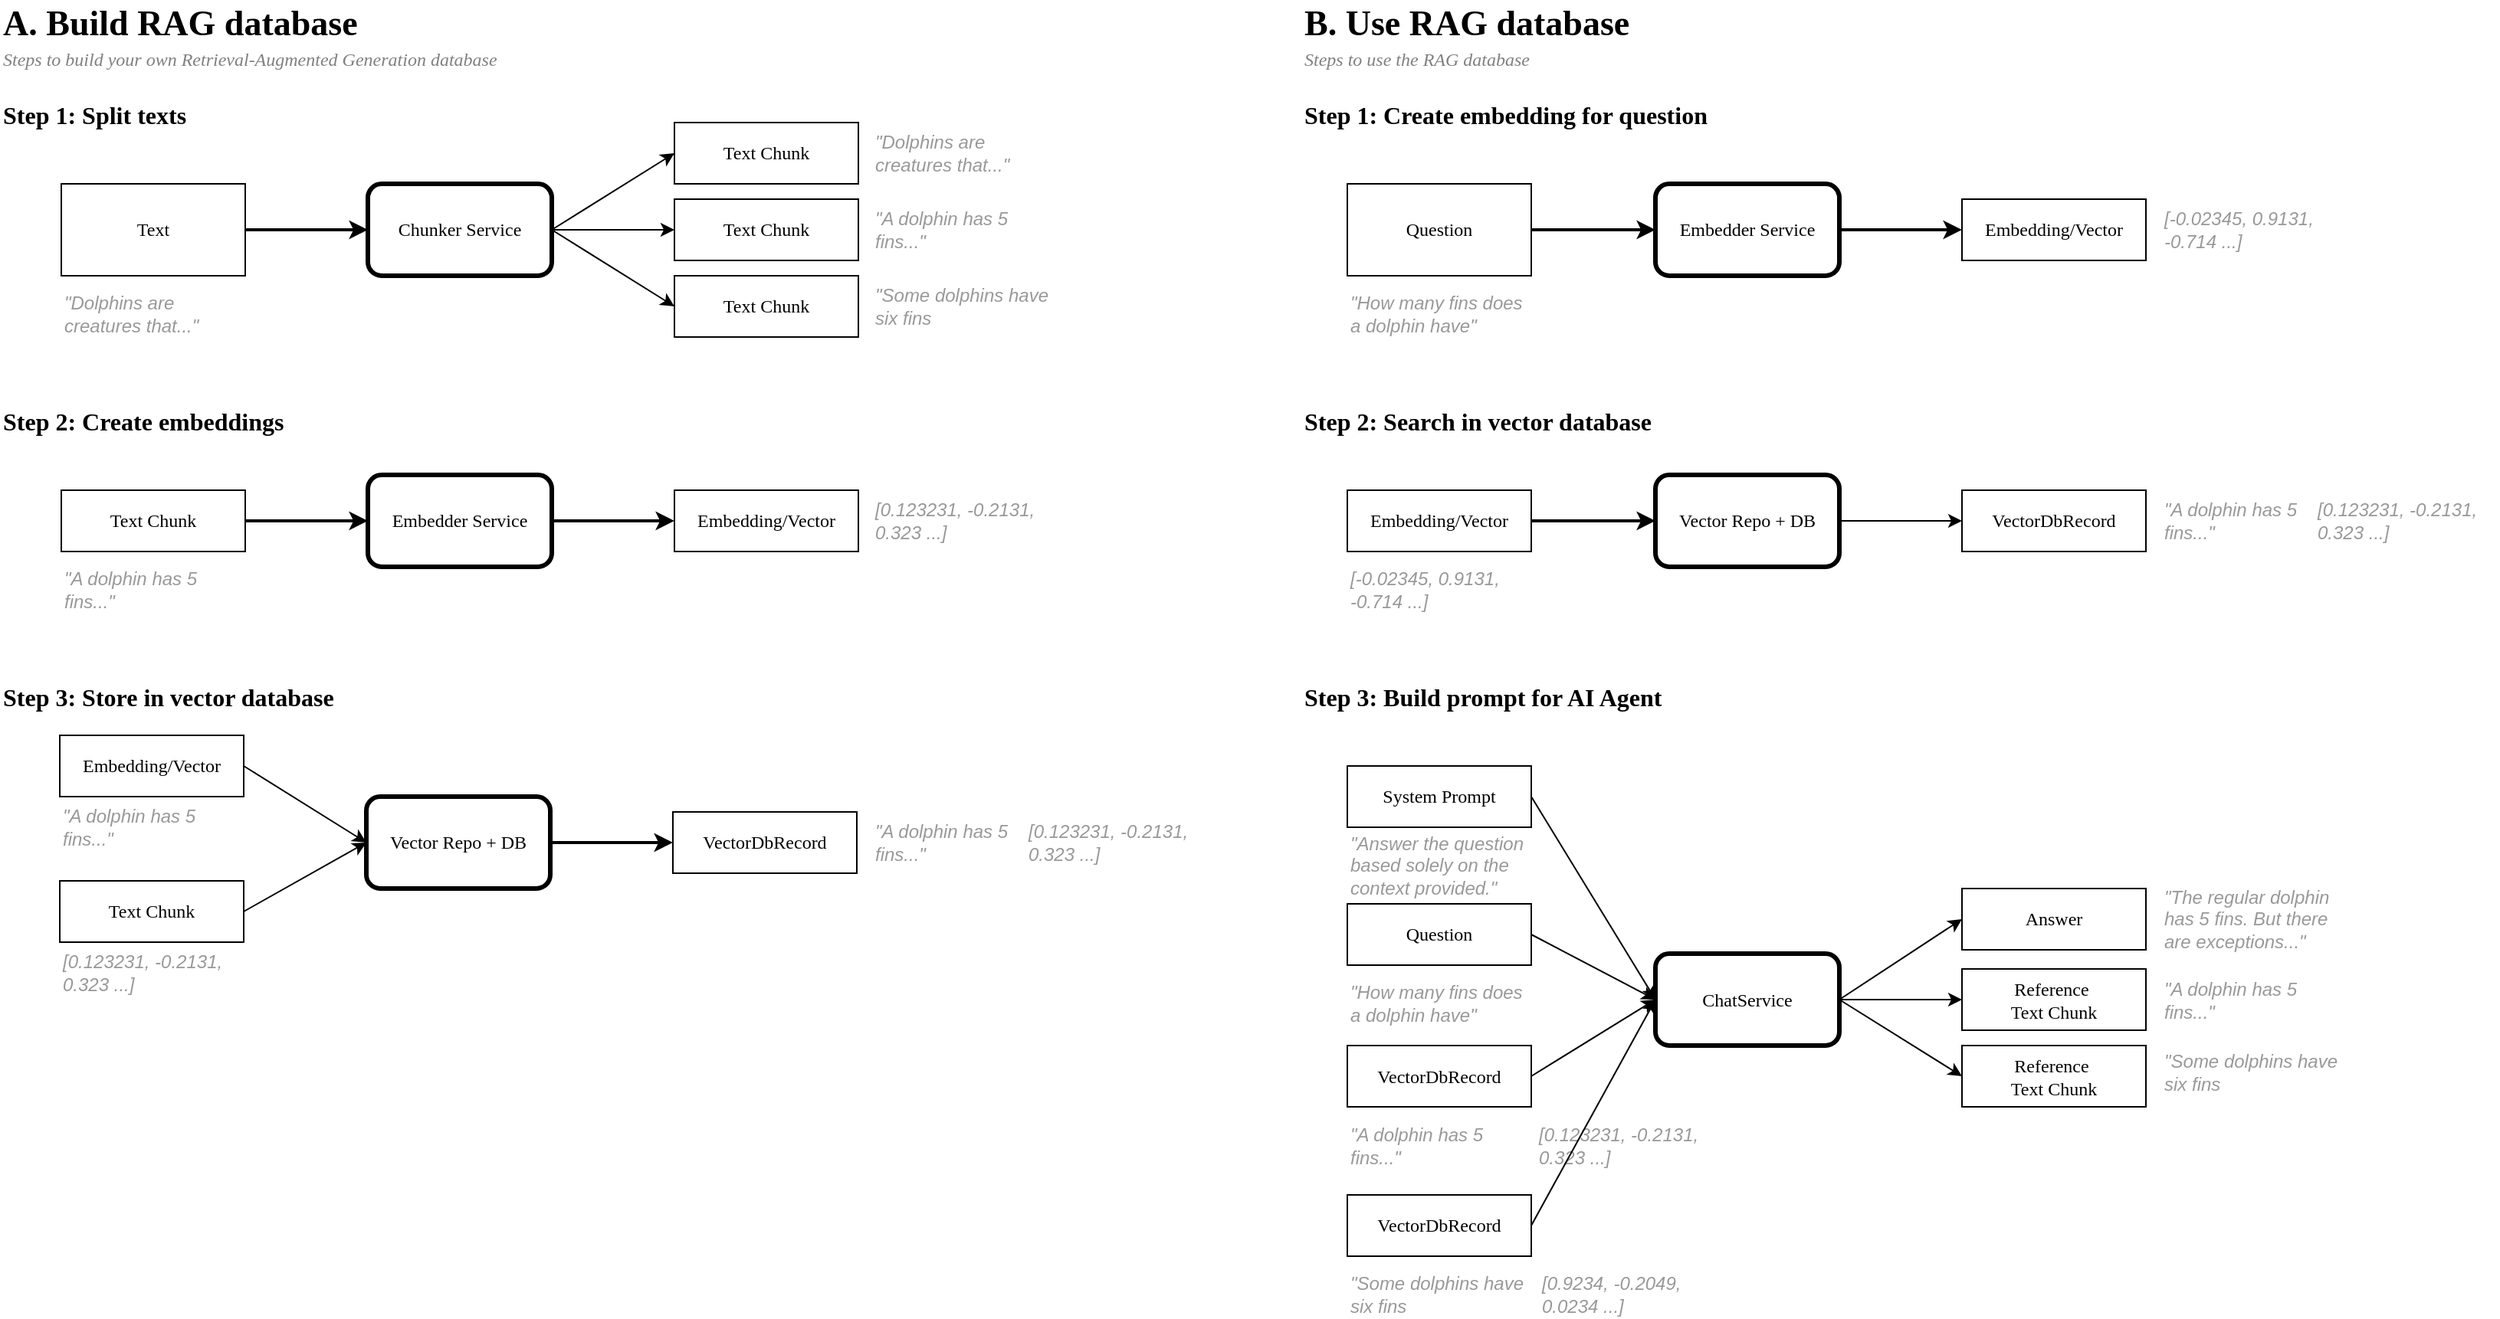
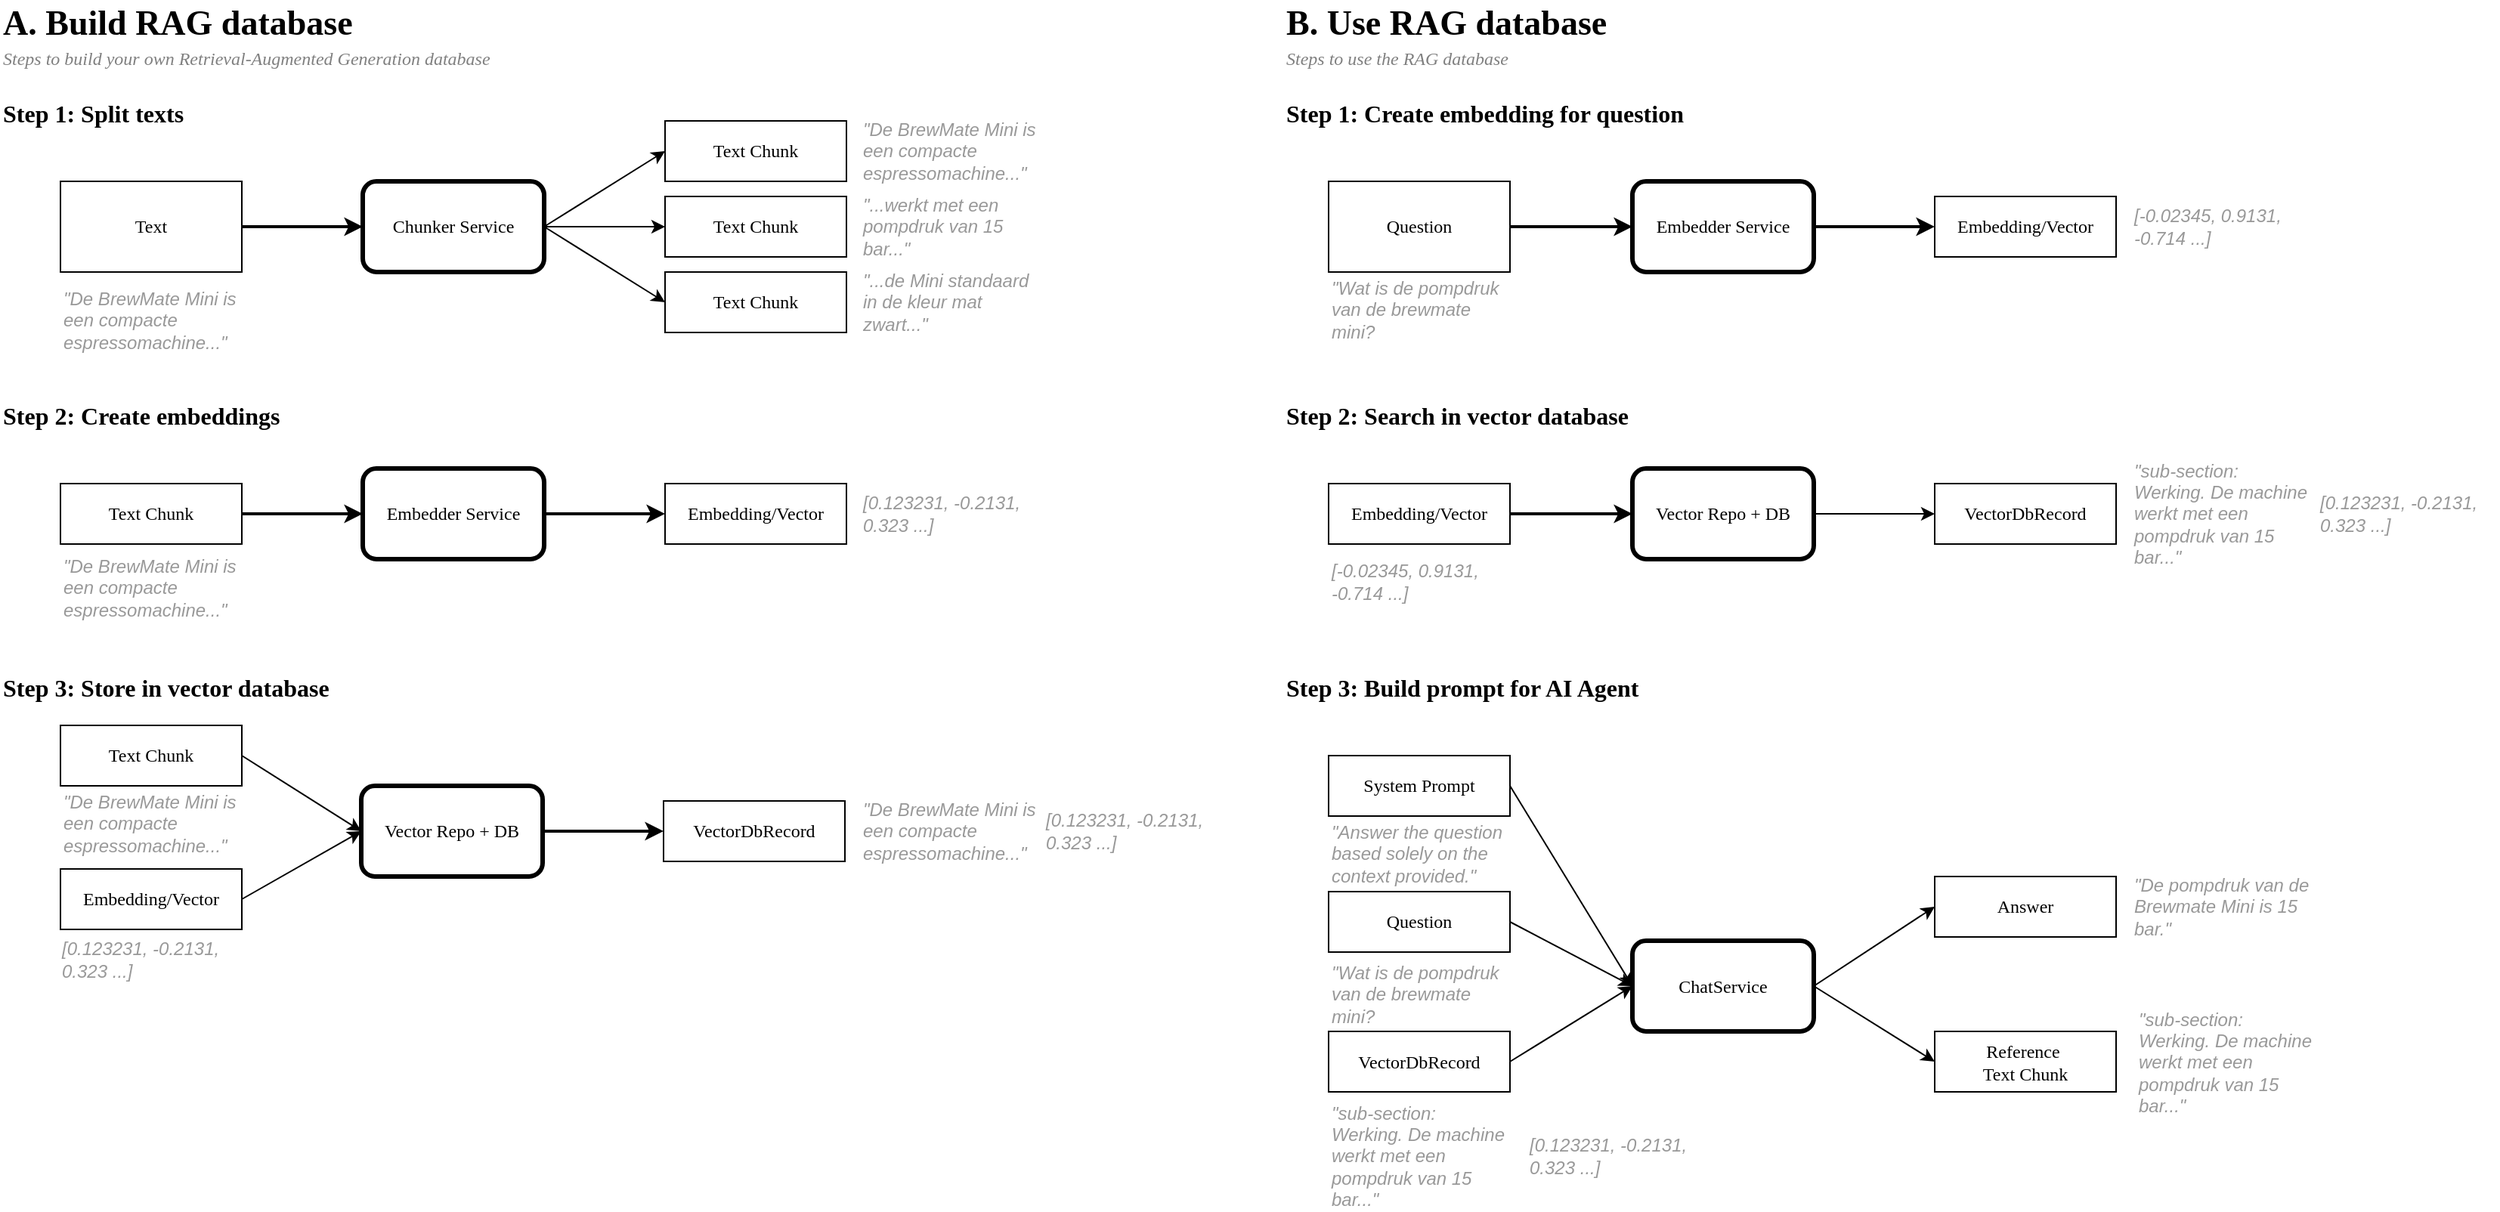
<mxfile host="diagrams.snoei.net">
  <diagram name="Page-1" id="4mj-pS9RJXuA0tOmvycz">
    <mxGraphModel dx="2249" dy="1360" grid="1" gridSize="10" guides="1" tooltips="1" connect="1" arrows="1" fold="1" page="1" pageScale="1" pageWidth="850" pageHeight="1100" math="0" shadow="0">
      <root>
        <mxCell id="0" />
        <mxCell id="1" parent="0" />
        <mxCell id="7DT0KkpRVoJPMbxKsg8d-6" edge="1" parent="1" source="7DT0KkpRVoJPMbxKsg8d-1" style="edgeStyle=orthogonalEdgeStyle;rounded=0;orthogonalLoop=1;jettySize=auto;html=1;exitX=1;exitY=0.5;exitDx=0;exitDy=0;entryX=0;entryY=0.5;entryDx=0;entryDy=0;strokeWidth=2;fontFamily=Tahoma;" target="7DT0KkpRVoJPMbxKsg8d-2">
          <mxGeometry relative="1" as="geometry">
            <mxPoint x="200" y="240" as="targetPoint" />
          </mxGeometry>
        </mxCell>
        <mxCell id="7DT0KkpRVoJPMbxKsg8d-1" parent="1" style="rounded=0;whiteSpace=wrap;html=1;fontFamily=Tahoma;" value="Text" vertex="1">
          <mxGeometry height="60" width="120" x="80" y="160" as="geometry" />
        </mxCell>
        <mxCell id="7DT0KkpRVoJPMbxKsg8d-8" edge="1" parent="1" source="7DT0KkpRVoJPMbxKsg8d-2" style="rounded=0;orthogonalLoop=1;jettySize=auto;html=1;exitX=1;exitY=0.5;exitDx=0;exitDy=0;entryX=0;entryY=0.5;entryDx=0;entryDy=0;fontFamily=Tahoma;" target="7DT0KkpRVoJPMbxKsg8d-3">
          <mxGeometry relative="1" as="geometry" />
        </mxCell>
        <mxCell id="7DT0KkpRVoJPMbxKsg8d-9" edge="1" parent="1" source="7DT0KkpRVoJPMbxKsg8d-2" style="rounded=0;orthogonalLoop=1;jettySize=auto;html=1;exitX=1;exitY=0.5;exitDx=0;exitDy=0;entryX=0;entryY=0.5;entryDx=0;entryDy=0;fontFamily=Tahoma;" target="7DT0KkpRVoJPMbxKsg8d-5">
          <mxGeometry relative="1" as="geometry" />
        </mxCell>
        <mxCell id="7DT0KkpRVoJPMbxKsg8d-10" edge="1" parent="1" source="7DT0KkpRVoJPMbxKsg8d-2" style="edgeStyle=orthogonalEdgeStyle;rounded=0;orthogonalLoop=1;jettySize=auto;html=1;exitX=1;exitY=0.5;exitDx=0;exitDy=0;entryX=0;entryY=0.5;entryDx=0;entryDy=0;fontFamily=Tahoma;" target="7DT0KkpRVoJPMbxKsg8d-4">
          <mxGeometry relative="1" as="geometry" />
        </mxCell>
        <mxCell id="7DT0KkpRVoJPMbxKsg8d-2" parent="1" style="rounded=1;whiteSpace=wrap;html=1;strokeWidth=3;fontFamily=Tahoma;" value="Chunker Service" vertex="1">
          <mxGeometry height="60" width="120" x="280" y="160" as="geometry" />
        </mxCell>
        <mxCell id="7DT0KkpRVoJPMbxKsg8d-3" parent="1" style="rounded=0;whiteSpace=wrap;html=1;fontFamily=Tahoma;" value="Text Chunk" vertex="1">
          <mxGeometry height="40" width="120" x="480" y="120" as="geometry" />
        </mxCell>
        <mxCell id="7DT0KkpRVoJPMbxKsg8d-4" parent="1" style="rounded=0;whiteSpace=wrap;html=1;fontFamily=Tahoma;" value="Text Chunk" vertex="1">
          <mxGeometry height="40" width="120" x="480" y="170" as="geometry" />
        </mxCell>
        <mxCell id="7DT0KkpRVoJPMbxKsg8d-5" parent="1" style="rounded=0;whiteSpace=wrap;html=1;fontFamily=Tahoma;" value="Text Chunk" vertex="1">
          <mxGeometry height="40" width="120" x="480" y="220" as="geometry" />
        </mxCell>
        <mxCell id="7DT0KkpRVoJPMbxKsg8d-13" edge="1" parent="1" source="7DT0KkpRVoJPMbxKsg8d-11" style="edgeStyle=none;rounded=0;orthogonalLoop=1;jettySize=auto;html=1;exitX=1;exitY=0.5;exitDx=0;exitDy=0;entryX=0;entryY=0.5;entryDx=0;entryDy=0;strokeWidth=2;fontFamily=Tahoma;" target="7DT0KkpRVoJPMbxKsg8d-12">
          <mxGeometry relative="1" as="geometry" />
        </mxCell>
        <mxCell id="7DT0KkpRVoJPMbxKsg8d-11" parent="1" style="rounded=0;whiteSpace=wrap;html=1;fontFamily=Tahoma;" value="Text Chunk" vertex="1">
          <mxGeometry height="40" width="120" x="80" y="360" as="geometry" />
        </mxCell>
        <mxCell id="7DT0KkpRVoJPMbxKsg8d-15" edge="1" parent="1" source="7DT0KkpRVoJPMbxKsg8d-12" style="edgeStyle=none;rounded=0;orthogonalLoop=1;jettySize=auto;html=1;exitX=1;exitY=0.5;exitDx=0;exitDy=0;entryX=0;entryY=0.5;entryDx=0;entryDy=0;strokeWidth=2;fontFamily=Tahoma;" target="7DT0KkpRVoJPMbxKsg8d-14">
          <mxGeometry relative="1" as="geometry" />
        </mxCell>
        <mxCell id="7DT0KkpRVoJPMbxKsg8d-12" parent="1" style="rounded=1;whiteSpace=wrap;html=1;strokeWidth=3;fontFamily=Tahoma;" value="Embedder Service" vertex="1">
          <mxGeometry height="60" width="120" x="280" y="350" as="geometry" />
        </mxCell>
        <mxCell id="7DT0KkpRVoJPMbxKsg8d-14" parent="1" style="rounded=0;whiteSpace=wrap;html=1;fontFamily=Tahoma;" value="Embedding/Vector" vertex="1">
          <mxGeometry height="40" width="120" x="480" y="360" as="geometry" />
        </mxCell>
        <mxCell id="7DT0KkpRVoJPMbxKsg8d-22" edge="1" parent="1" source="7DT0KkpRVoJPMbxKsg8d-16" style="edgeStyle=none;rounded=0;orthogonalLoop=1;jettySize=auto;html=1;exitX=1;exitY=0.5;exitDx=0;exitDy=0;entryX=0;entryY=0.5;entryDx=0;entryDy=0;strokeWidth=2;fontFamily=Tahoma;" target="7DT0KkpRVoJPMbxKsg8d-21">
          <mxGeometry relative="1" as="geometry" />
        </mxCell>
        <mxCell id="7DT0KkpRVoJPMbxKsg8d-16" parent="1" style="rounded=1;whiteSpace=wrap;html=1;strokeWidth=3;fontFamily=Tahoma;" value="Vector Repo + DB" vertex="1">
          <mxGeometry height="60" width="120" x="279" y="560" as="geometry" />
        </mxCell>
        <mxCell id="7DT0KkpRVoJPMbxKsg8d-20" edge="1" parent="1" source="7DT0KkpRVoJPMbxKsg8d-17" style="edgeStyle=none;rounded=0;orthogonalLoop=1;jettySize=auto;html=1;exitX=1;exitY=0.5;exitDx=0;exitDy=0;fontFamily=Tahoma;entryX=0;entryY=0.5;entryDx=0;entryDy=0;" target="7DT0KkpRVoJPMbxKsg8d-16">
          <mxGeometry relative="1" as="geometry">
            <mxPoint x="279" y="560" as="targetPoint" />
          </mxGeometry>
        </mxCell>
        <mxCell id="7DT0KkpRVoJPMbxKsg8d-17" parent="1" style="rounded=0;whiteSpace=wrap;html=1;fontFamily=Tahoma;" value="Text Chunk" vertex="1">
-           <mxGeometry height="40" width="120" x="79" y="615" as="geometry" />
+           <mxGeometry height="40" width="120" x="80" y="520" as="geometry" />
        </mxCell>
        <mxCell id="7DT0KkpRVoJPMbxKsg8d-19" edge="1" parent="1" source="7DT0KkpRVoJPMbxKsg8d-18" style="edgeStyle=none;rounded=0;orthogonalLoop=1;jettySize=auto;html=1;exitX=1;exitY=0.5;exitDx=0;exitDy=0;entryX=0;entryY=0.5;entryDx=0;entryDy=0;fontFamily=Tahoma;" target="7DT0KkpRVoJPMbxKsg8d-16">
          <mxGeometry relative="1" as="geometry" />
        </mxCell>
        <mxCell id="7DT0KkpRVoJPMbxKsg8d-18" parent="1" style="rounded=0;whiteSpace=wrap;html=1;fontFamily=Tahoma;" value="Embedding/Vector" vertex="1">
-           <mxGeometry height="40" width="120" x="79" y="520" as="geometry" />
+           <mxGeometry height="40" width="120" x="80" y="615" as="geometry" />
        </mxCell>
        <mxCell id="7DT0KkpRVoJPMbxKsg8d-21" parent="1" style="rounded=0;whiteSpace=wrap;html=1;fontFamily=Tahoma;" value="VectorDbRecord" vertex="1">
          <mxGeometry height="40" width="120" x="479" y="570" as="geometry" />
        </mxCell>
        <mxCell id="7DT0KkpRVoJPMbxKsg8d-23" parent="1" style="text;html=1;whiteSpace=wrap;strokeColor=none;fillColor=none;align=left;verticalAlign=middle;rounded=0;fontFamily=Tahoma;fontSize=23;fontStyle=1" value="A. Build RAG database" vertex="1">
          <mxGeometry height="30" width="300" x="40" y="40" as="geometry" />
        </mxCell>
        <mxCell id="7DT0KkpRVoJPMbxKsg8d-25" parent="1" style="text;html=1;whiteSpace=wrap;strokeColor=none;fillColor=none;align=left;verticalAlign=middle;rounded=0;fontFamily=Tahoma;fontSize=23;fontStyle=3;fontColor=#808080;" value="&lt;font style=&quot;font-size: 12px; font-weight: normal;&quot;&gt;Steps to build your own&amp;nbsp;Retrieval-Augmented Generation database&lt;/font&gt;" vertex="1">
          <mxGeometry height="20" width="740" x="40" y="65" as="geometry" />
        </mxCell>
        <mxCell id="7DT0KkpRVoJPMbxKsg8d-26" parent="1" style="text;html=1;whiteSpace=wrap;strokeColor=none;fillColor=none;align=left;verticalAlign=middle;rounded=0;fontFamily=Tahoma;fontSize=16;fontStyle=1" value="Step 1: Split texts" vertex="1">
          <mxGeometry height="30" width="300" x="40" y="100" as="geometry" />
        </mxCell>
        <mxCell id="7DT0KkpRVoJPMbxKsg8d-27" parent="1" style="text;html=1;whiteSpace=wrap;strokeColor=none;fillColor=none;align=left;verticalAlign=middle;rounded=0;fontFamily=Tahoma;fontSize=16;fontStyle=1" value="Step 2: Create embeddings" vertex="1">
          <mxGeometry height="30" width="300" x="40" y="300" as="geometry" />
        </mxCell>
        <mxCell id="7DT0KkpRVoJPMbxKsg8d-28" parent="1" style="text;html=1;whiteSpace=wrap;strokeColor=none;fillColor=none;align=left;verticalAlign=middle;rounded=0;fontFamily=Tahoma;fontSize=16;fontStyle=1" value="Step 3: Store in vector database" vertex="1">
          <mxGeometry height="30" width="300" x="40" y="480" as="geometry" />
        </mxCell>
        <mxCell id="7DT0KkpRVoJPMbxKsg8d-30" parent="1" style="text;html=1;whiteSpace=wrap;strokeColor=none;fillColor=none;align=left;verticalAlign=middle;rounded=0;fontFamily=Tahoma;fontSize=23;fontStyle=1" value="B. Use RAG database" vertex="1">
          <mxGeometry height="30" width="300" x="889" y="40" as="geometry" />
        </mxCell>
        <mxCell id="7DT0KkpRVoJPMbxKsg8d-31" parent="1" style="text;html=1;whiteSpace=wrap;strokeColor=none;fillColor=none;align=left;verticalAlign=middle;rounded=0;fontFamily=Tahoma;fontSize=23;fontStyle=3;fontColor=#808080;" value="&lt;font style=&quot;font-size: 12px; font-weight: normal;&quot;&gt;Steps to use the RAG database&lt;/font&gt;" vertex="1">
          <mxGeometry height="20" width="740" x="889" y="65" as="geometry" />
        </mxCell>
        <mxCell id="7DT0KkpRVoJPMbxKsg8d-36" edge="1" parent="1" source="7DT0KkpRVoJPMbxKsg8d-32" style="edgeStyle=none;rounded=0;orthogonalLoop=1;jettySize=auto;html=1;exitX=1;exitY=0.5;exitDx=0;exitDy=0;entryX=0;entryY=0.5;entryDx=0;entryDy=0;strokeWidth=2;" target="7DT0KkpRVoJPMbxKsg8d-33">
          <mxGeometry relative="1" as="geometry" />
        </mxCell>
        <mxCell id="7DT0KkpRVoJPMbxKsg8d-32" parent="1" style="rounded=0;whiteSpace=wrap;html=1;fontFamily=Tahoma;" value="Question" vertex="1">
          <mxGeometry height="60" width="120" x="919" y="160" as="geometry" />
        </mxCell>
        <mxCell id="7DT0KkpRVoJPMbxKsg8d-33" parent="1" style="rounded=1;whiteSpace=wrap;html=1;strokeWidth=3;fontFamily=Tahoma;" value="Embedder Service" vertex="1">
          <mxGeometry height="60" width="120" x="1120" y="160" as="geometry" />
        </mxCell>
        <mxCell id="7DT0KkpRVoJPMbxKsg8d-34" edge="1" parent="1" style="edgeStyle=none;rounded=0;orthogonalLoop=1;jettySize=auto;html=1;exitX=1;exitY=0.5;exitDx=0;exitDy=0;entryX=0;entryY=0.5;entryDx=0;entryDy=0;strokeWidth=2;fontFamily=Tahoma;" target="7DT0KkpRVoJPMbxKsg8d-35">
          <mxGeometry relative="1" as="geometry">
            <mxPoint x="1240" y="190" as="sourcePoint" />
          </mxGeometry>
        </mxCell>
        <mxCell id="7DT0KkpRVoJPMbxKsg8d-35" parent="1" style="rounded=0;whiteSpace=wrap;html=1;fontFamily=Tahoma;" value="Embedding/Vector" vertex="1">
          <mxGeometry height="40" width="120" x="1320" y="170" as="geometry" />
        </mxCell>
        <mxCell id="7DT0KkpRVoJPMbxKsg8d-37" parent="1" style="text;html=1;whiteSpace=wrap;strokeColor=none;fillColor=none;align=left;verticalAlign=middle;rounded=0;fontFamily=Tahoma;fontSize=16;fontStyle=1" value="Step 1: Create embedding for question" vertex="1">
          <mxGeometry height="30" width="370" x="889" y="100" as="geometry" />
        </mxCell>
        <mxCell id="7DT0KkpRVoJPMbxKsg8d-44" edge="1" parent="1" source="7DT0KkpRVoJPMbxKsg8d-38" style="edgeStyle=none;rounded=0;orthogonalLoop=1;jettySize=auto;html=1;exitX=1;exitY=0.5;exitDx=0;exitDy=0;entryX=0;entryY=0.5;entryDx=0;entryDy=0;strokeWidth=2;" target="7DT0KkpRVoJPMbxKsg8d-40">
          <mxGeometry relative="1" as="geometry" />
        </mxCell>
        <mxCell id="7DT0KkpRVoJPMbxKsg8d-38" parent="1" style="rounded=0;whiteSpace=wrap;html=1;fontFamily=Tahoma;" value="Embedding/Vector" vertex="1">
          <mxGeometry height="40" width="120" x="919" y="360" as="geometry" />
        </mxCell>
        <mxCell id="7DT0KkpRVoJPMbxKsg8d-39" parent="1" style="text;html=1;whiteSpace=wrap;strokeColor=none;fillColor=none;align=left;verticalAlign=middle;rounded=0;fontFamily=Tahoma;fontSize=16;fontStyle=1" value="Step 2: Search in vector database" vertex="1">
          <mxGeometry height="30" width="370" x="889" y="300" as="geometry" />
        </mxCell>
        <mxCell id="7DT0KkpRVoJPMbxKsg8d-45" edge="1" parent="1" source="7DT0KkpRVoJPMbxKsg8d-40" style="edgeStyle=none;rounded=0;orthogonalLoop=1;jettySize=auto;html=1;exitX=1;exitY=0.5;exitDx=0;exitDy=0;entryX=0;entryY=0.5;entryDx=0;entryDy=0;" target="7DT0KkpRVoJPMbxKsg8d-41">
          <mxGeometry relative="1" as="geometry" />
        </mxCell>
        <mxCell id="7DT0KkpRVoJPMbxKsg8d-40" parent="1" style="rounded=1;whiteSpace=wrap;html=1;strokeWidth=3;fontFamily=Tahoma;" value="Vector Repo + DB" vertex="1">
          <mxGeometry height="60" width="120" x="1120" y="350" as="geometry" />
        </mxCell>
        <mxCell id="7DT0KkpRVoJPMbxKsg8d-41" parent="1" style="rounded=0;whiteSpace=wrap;html=1;fontFamily=Tahoma;" value="VectorDbRecord" vertex="1">
          <mxGeometry height="40" width="120" x="1320" y="360" as="geometry" />
        </mxCell>
        <mxCell id="7DT0KkpRVoJPMbxKsg8d-48" parent="1" style="text;html=1;whiteSpace=wrap;strokeColor=none;fillColor=none;align=left;verticalAlign=middle;rounded=0;fontFamily=Tahoma;fontSize=16;fontStyle=1" value="Step 3: Build prompt for AI Agent" vertex="1">
          <mxGeometry height="30" width="370" x="889" y="480" as="geometry" />
        </mxCell>
        <mxCell id="7DT0KkpRVoJPMbxKsg8d-59" edge="1" parent="1" source="7DT0KkpRVoJPMbxKsg8d-49" style="edgeStyle=none;rounded=0;orthogonalLoop=1;jettySize=auto;html=1;exitX=1;exitY=0.5;exitDx=0;exitDy=0;entryX=0;entryY=0.5;entryDx=0;entryDy=0;" target="7DT0KkpRVoJPMbxKsg8d-54">
          <mxGeometry relative="1" as="geometry">
            <mxPoint x="1120" y="650" as="targetPoint" />
          </mxGeometry>
        </mxCell>
        <mxCell id="7DT0KkpRVoJPMbxKsg8d-49" parent="1" style="rounded=0;whiteSpace=wrap;html=1;fontFamily=Tahoma;" value="VectorDbRecord" vertex="1">
          <mxGeometry height="40" width="120" x="919" y="722.5" as="geometry" />
        </mxCell>
        <mxCell id="7DT0KkpRVoJPMbxKsg8d-58" edge="1" parent="1" source="7DT0KkpRVoJPMbxKsg8d-52" style="edgeStyle=none;rounded=0;orthogonalLoop=1;jettySize=auto;html=1;exitX=1;exitY=0.5;exitDx=0;exitDy=0;entryX=0;entryY=0.5;entryDx=0;entryDy=0;" target="7DT0KkpRVoJPMbxKsg8d-54">
          <mxGeometry relative="1" as="geometry">
            <mxPoint x="1120" y="650" as="targetPoint" />
          </mxGeometry>
        </mxCell>
        <mxCell id="7DT0KkpRVoJPMbxKsg8d-52" parent="1" style="rounded=0;whiteSpace=wrap;html=1;fontFamily=Tahoma;" value="Question" vertex="1">
          <mxGeometry height="40" width="120" x="919" y="630" as="geometry" />
        </mxCell>
        <mxCell id="7DT0KkpRVoJPMbxKsg8d-56" edge="1" parent="1" source="7DT0KkpRVoJPMbxKsg8d-53" style="edgeStyle=none;rounded=0;orthogonalLoop=1;jettySize=auto;html=1;exitX=1;exitY=0.5;exitDx=0;exitDy=0;entryX=0;entryY=0.5;entryDx=0;entryDy=0;" target="7DT0KkpRVoJPMbxKsg8d-54">
          <mxGeometry relative="1" as="geometry" />
        </mxCell>
        <mxCell id="7DT0KkpRVoJPMbxKsg8d-53" parent="1" style="rounded=0;whiteSpace=wrap;html=1;fontFamily=Tahoma;" value="System Prompt" vertex="1">
          <mxGeometry height="40" width="120" x="919" y="540" as="geometry" />
        </mxCell>
        <mxCell id="7DT0KkpRVoJPMbxKsg8d-64" edge="1" parent="1" source="7DT0KkpRVoJPMbxKsg8d-54" style="edgeStyle=none;rounded=0;orthogonalLoop=1;jettySize=auto;html=1;exitX=1;exitY=0.5;exitDx=0;exitDy=0;entryX=0;entryY=0.5;entryDx=0;entryDy=0;" target="7DT0KkpRVoJPMbxKsg8d-55">
          <mxGeometry relative="1" as="geometry" />
        </mxCell>
        <mxCell id="7DT0KkpRVoJPMbxKsg8d-65" edge="1" parent="1" source="7DT0KkpRVoJPMbxKsg8d-54" style="edgeStyle=none;rounded=0;orthogonalLoop=1;jettySize=auto;html=1;entryX=0;entryY=0.5;entryDx=0;entryDy=0;exitX=1;exitY=0.5;exitDx=0;exitDy=0;" target="7DT0KkpRVoJPMbxKsg8d-61">
          <mxGeometry relative="1" as="geometry">
            <mxPoint x="1240" y="702.5" as="sourcePoint" />
          </mxGeometry>
        </mxCell>
-         <mxCell id="7DT0KkpRVoJPMbxKsg8d-97" edge="1" parent="1" source="7DT0KkpRVoJPMbxKsg8d-54" style="edgeStyle=none;rounded=0;orthogonalLoop=1;jettySize=auto;html=1;exitX=1;exitY=0.5;exitDx=0;exitDy=0;entryX=0;entryY=0.5;entryDx=0;entryDy=0;" target="7DT0KkpRVoJPMbxKsg8d-95">
-           <mxGeometry relative="1" as="geometry" />
-         </mxCell>
        <mxCell id="7DT0KkpRVoJPMbxKsg8d-54" parent="1" style="rounded=1;whiteSpace=wrap;html=1;strokeWidth=3;fontFamily=Tahoma;" value="ChatService" vertex="1">
          <mxGeometry height="60" width="120" x="1120" y="662.5" as="geometry" />
        </mxCell>
        <mxCell id="7DT0KkpRVoJPMbxKsg8d-55" parent="1" style="rounded=0;whiteSpace=wrap;html=1;fontFamily=Tahoma;" value="Answer" vertex="1">
          <mxGeometry height="40" width="120" x="1320" y="620" as="geometry" />
        </mxCell>
        <mxCell id="7DT0KkpRVoJPMbxKsg8d-61" parent="1" style="rounded=0;whiteSpace=wrap;html=1;fontFamily=Tahoma;" value="Reference&amp;nbsp;&lt;div&gt;Text Chunk&lt;/div&gt;" vertex="1">
-           <mxGeometry height="40" width="120" x="1320" y="672.5" as="geometry" />
-         </mxCell>
-         <mxCell id="7DT0KkpRVoJPMbxKsg8d-68" parent="1" style="text;html=1;whiteSpace=wrap;strokeColor=none;fillColor=none;align=left;verticalAlign=middle;rounded=0;fontColor=#999999;" value="&lt;i&gt;&quot;Dolphins are creatures that...&quot;&lt;/i&gt;" vertex="1">
-           <mxGeometry height="30" width="120" x="80" y="230" as="geometry" />
-         </mxCell>
-         <mxCell id="7DT0KkpRVoJPMbxKsg8d-69" parent="1" style="text;html=1;whiteSpace=wrap;strokeColor=none;fillColor=none;align=left;verticalAlign=middle;rounded=0;fontColor=#999999;" value="&lt;i&gt;&quot;A dolphin has 5 fins...&quot;&lt;/i&gt;" vertex="1">
+           <mxGeometry height="40" width="120" x="1320" y="722.5" as="geometry" />
+         </mxCell>
+         <mxCell id="7DT0KkpRVoJPMbxKsg8d-68" parent="1" style="text;html=1;whiteSpace=wrap;strokeColor=none;fillColor=none;align=left;verticalAlign=middle;rounded=0;fontColor=#999999;" value="&lt;i&gt;&quot;De BrewMate Mini is een compacte espressomachine...&quot;&lt;/i&gt;" vertex="1">
+           <mxGeometry height="30" width="120" x="80" y="237" as="geometry" />
+         </mxCell>
+         <mxCell id="7DT0KkpRVoJPMbxKsg8d-69" parent="1" style="text;html=1;whiteSpace=wrap;strokeColor=none;fillColor=none;align=left;verticalAlign=middle;rounded=0;fontColor=#999999;" value="&lt;i&gt;&quot;...werkt met een pompdruk van 15 bar...&quot;&lt;/i&gt;" vertex="1">
          <mxGeometry height="30" width="120" x="609" y="175" as="geometry" />
        </mxCell>
-         <mxCell id="7DT0KkpRVoJPMbxKsg8d-71" parent="1" style="text;html=1;whiteSpace=wrap;strokeColor=none;fillColor=none;align=left;verticalAlign=middle;rounded=0;fontColor=#999999;" value="&lt;i&gt;&quot;Some dolphins have six fins&lt;/i&gt;" vertex="1">
+         <mxCell id="7DT0KkpRVoJPMbxKsg8d-71" parent="1" style="text;html=1;whiteSpace=wrap;strokeColor=none;fillColor=none;align=left;verticalAlign=middle;rounded=0;fontColor=#999999;" value="&lt;i&gt;&quot;...de Mini standaard in de kleur mat zwart...&quot;&lt;/i&gt;" vertex="1">
          <mxGeometry height="30" width="120" x="609" y="225" as="geometry" />
-         </mxCell>
-         <mxCell id="7DT0KkpRVoJPMbxKsg8d-72" parent="1" style="text;html=1;whiteSpace=wrap;strokeColor=none;fillColor=none;align=left;verticalAlign=middle;rounded=0;fontColor=#999999;" value="&lt;i&gt;&quot;A dolphin has 5 fins...&quot;&lt;/i&gt;" vertex="1">
-           <mxGeometry height="30" width="120" x="80" y="410" as="geometry" />
        </mxCell>
        <mxCell id="7DT0KkpRVoJPMbxKsg8d-73" parent="1" style="text;html=1;whiteSpace=wrap;strokeColor=none;fillColor=none;align=left;verticalAlign=middle;rounded=0;fontColor=#999999;" value="&lt;i&gt;[0.123231, -0.2131, 0.323 ...]&lt;/i&gt;" vertex="1">
          <mxGeometry height="30" width="120" x="609" y="365" as="geometry" />
        </mxCell>
        <mxCell id="7DT0KkpRVoJPMbxKsg8d-74" parent="1" style="text;html=1;whiteSpace=wrap;strokeColor=none;fillColor=none;align=left;verticalAlign=middle;rounded=0;fontColor=#999999;" value="&lt;i&gt;[0.123231, -0.2131, 0.323 ...]&lt;/i&gt;" vertex="1">
          <mxGeometry height="30" width="120" x="79" y="660" as="geometry" />
        </mxCell>
-         <mxCell id="7DT0KkpRVoJPMbxKsg8d-75" parent="1" style="text;html=1;whiteSpace=wrap;strokeColor=none;fillColor=none;align=left;verticalAlign=middle;rounded=0;fontColor=#999999;" value="&lt;i&gt;&quot;A dolphin has 5 fins...&quot;&lt;/i&gt;" vertex="1">
-           <mxGeometry height="30" width="120" x="79" y="565" as="geometry" />
-         </mxCell>
-         <mxCell id="7DT0KkpRVoJPMbxKsg8d-76" parent="1" style="text;html=1;whiteSpace=wrap;strokeColor=none;fillColor=none;align=left;verticalAlign=middle;rounded=0;fontColor=#999999;" value="&lt;i&gt;&quot;How many fins does a dolphin have&quot;&lt;/i&gt;" vertex="1">
+         <mxCell id="7DT0KkpRVoJPMbxKsg8d-76" parent="1" style="text;html=1;whiteSpace=wrap;strokeColor=none;fillColor=none;align=left;verticalAlign=middle;rounded=0;fontColor=#999999;" value="&lt;i&gt;&quot;Wat is de pompdruk van de brewmate mini?&lt;/i&gt;" vertex="1">
          <mxGeometry height="30" width="120" x="919" y="230" as="geometry" />
        </mxCell>
        <mxCell id="7DT0KkpRVoJPMbxKsg8d-77" parent="1" style="text;html=1;whiteSpace=wrap;strokeColor=none;fillColor=none;align=left;verticalAlign=middle;rounded=0;fontColor=#999999;" value="&lt;i&gt;[-0.02345, 0.9131, -0.714 ...]&lt;/i&gt;" vertex="1">
          <mxGeometry height="30" width="120" x="1450" y="175" as="geometry" />
        </mxCell>
        <mxCell id="7DT0KkpRVoJPMbxKsg8d-78" parent="1" style="text;html=1;whiteSpace=wrap;strokeColor=none;fillColor=none;align=left;verticalAlign=middle;rounded=0;fontColor=#999999;" value="&lt;i&gt;[-0.02345, 0.9131, -0.714 ...]&lt;/i&gt;" vertex="1">
          <mxGeometry height="30" width="120" x="919" y="410" as="geometry" />
        </mxCell>
-         <mxCell id="7DT0KkpRVoJPMbxKsg8d-79" parent="1" style="text;html=1;whiteSpace=wrap;strokeColor=none;fillColor=none;align=left;verticalAlign=middle;rounded=0;fontColor=#999999;" value="&lt;i&gt;&quot;A dolphin has 5 fins...&quot;&lt;/i&gt;" vertex="1">
+         <mxCell id="7DT0KkpRVoJPMbxKsg8d-79" parent="1" style="text;html=1;whiteSpace=wrap;strokeColor=none;fillColor=none;align=left;verticalAlign=middle;rounded=0;fontColor=#999999;" value="&lt;i&gt;&quot;sub-section: Werking. De machine werkt met een pompdruk van 15 bar...&quot;&lt;/i&gt;" vertex="1">
          <mxGeometry height="30" width="120" x="1450" y="365" as="geometry" />
        </mxCell>
        <mxCell id="7DT0KkpRVoJPMbxKsg8d-80" parent="1" style="text;html=1;whiteSpace=wrap;strokeColor=none;fillColor=none;align=left;verticalAlign=middle;rounded=0;fontColor=#999999;" value="&lt;i&gt;[0.123231, -0.2131, 0.323 ...]&lt;/i&gt;" vertex="1">
-           <mxGeometry height="30" width="120" x="1550" y="365" as="geometry" />
-         </mxCell>
-         <mxCell id="7DT0KkpRVoJPMbxKsg8d-82" parent="1" style="text;html=1;whiteSpace=wrap;strokeColor=none;fillColor=none;align=left;verticalAlign=middle;rounded=0;fontColor=#999999;" value="&lt;i&gt;&quot;A dolphin has 5 fins...&quot;&lt;/i&gt;" vertex="1">
-           <mxGeometry height="30" width="120" x="609" y="575" as="geometry" />
+           <mxGeometry height="30" width="120" x="1573" y="365" as="geometry" />
        </mxCell>
        <mxCell id="7DT0KkpRVoJPMbxKsg8d-83" parent="1" style="text;html=1;whiteSpace=wrap;strokeColor=none;fillColor=none;align=left;verticalAlign=middle;rounded=0;fontColor=#999999;" value="&lt;i&gt;[0.123231, -0.2131, 0.323 ...]&lt;/i&gt;" vertex="1">
-           <mxGeometry height="30" width="120" x="709" y="575" as="geometry" />
-         </mxCell>
-         <mxCell id="7DT0KkpRVoJPMbxKsg8d-84" parent="1" style="text;html=1;whiteSpace=wrap;strokeColor=none;fillColor=none;align=left;verticalAlign=middle;rounded=0;fontColor=#999999;" value="&lt;i&gt;&quot;How many fins does a dolphin have&quot;&lt;/i&gt;" vertex="1">
-           <mxGeometry height="30" width="120" x="919" y="680" as="geometry" />
+           <mxGeometry height="30" width="120" x="730" y="575" as="geometry" />
        </mxCell>
        <mxCell id="7DT0KkpRVoJPMbxKsg8d-85" parent="1" style="text;html=1;whiteSpace=wrap;strokeColor=none;fillColor=none;align=left;verticalAlign=middle;rounded=0;fontColor=#999999;" value="&lt;i&gt;&quot;Answer the question based solely on the context provided.&quot;&lt;/i&gt;" vertex="1">
          <mxGeometry height="30" width="120" x="919" y="590" as="geometry" />
        </mxCell>
-         <mxCell id="7DT0KkpRVoJPMbxKsg8d-86" parent="1" style="text;html=1;whiteSpace=wrap;strokeColor=none;fillColor=none;align=left;verticalAlign=middle;rounded=0;fontColor=#999999;" value="&lt;i&gt;&quot;A dolphin has 5 fins...&quot;&lt;/i&gt;" vertex="1">
-           <mxGeometry height="30" width="120" x="919" y="772.5" as="geometry" />
-         </mxCell>
        <mxCell id="7DT0KkpRVoJPMbxKsg8d-87" parent="1" style="text;html=1;whiteSpace=wrap;strokeColor=none;fillColor=none;align=left;verticalAlign=middle;rounded=0;fontColor=#999999;" value="&lt;i&gt;[0.123231, -0.2131, 0.323 ...]&lt;/i&gt;" vertex="1">
-           <mxGeometry height="30" width="120" x="1042" y="772.5" as="geometry" />
-         </mxCell>
-         <mxCell id="7DT0KkpRVoJPMbxKsg8d-88" parent="1" style="text;html=1;whiteSpace=wrap;strokeColor=none;fillColor=none;align=left;verticalAlign=middle;rounded=0;fontColor=#999999;" value="&lt;i&gt;&quot;The regular dolphin has 5 fins. But there are exceptions...&quot;&lt;/i&gt;" vertex="1">
+           <mxGeometry height="30" width="120" x="1050" y="790" as="geometry" />
+         </mxCell>
+         <mxCell id="7DT0KkpRVoJPMbxKsg8d-88" parent="1" style="text;html=1;whiteSpace=wrap;strokeColor=none;fillColor=none;align=left;verticalAlign=middle;rounded=0;fontColor=#999999;" value="&lt;i&gt;&quot;De pompdruk van de Brewmate Mini is 15 bar.&quot;&lt;/i&gt;" vertex="1">
          <mxGeometry height="30" width="120" x="1450" y="625" as="geometry" />
        </mxCell>
-         <mxCell id="7DT0KkpRVoJPMbxKsg8d-89" parent="1" style="text;html=1;whiteSpace=wrap;strokeColor=none;fillColor=none;align=left;verticalAlign=middle;rounded=0;fontColor=#999999;" value="&lt;i&gt;&quot;A dolphin has 5 fins...&quot;&lt;/i&gt;" vertex="1">
-           <mxGeometry height="30" width="120" x="1450" y="677.5" as="geometry" />
-         </mxCell>
-         <mxCell id="7DT0KkpRVoJPMbxKsg8d-90" parent="1" style="text;html=1;whiteSpace=wrap;strokeColor=none;fillColor=none;align=left;verticalAlign=middle;rounded=0;fontColor=#999999;" value="&lt;i&gt;&quot;Dolphins are creatures that...&quot;&lt;/i&gt;" vertex="1">
+         <mxCell id="7DT0KkpRVoJPMbxKsg8d-103" parent="1" style="text;html=1;whiteSpace=wrap;strokeColor=none;fillColor=none;align=left;verticalAlign=middle;rounded=0;fontColor=#999999;" value="&lt;i&gt;&quot;De BrewMate Mini is een compacte espressomachine...&quot;&lt;/i&gt;" vertex="1">
          <mxGeometry height="30" width="120" x="609" y="125" as="geometry" />
        </mxCell>
-         <mxCell id="7DT0KkpRVoJPMbxKsg8d-98" edge="1" parent="1" source="7DT0KkpRVoJPMbxKsg8d-92" style="edgeStyle=none;rounded=0;orthogonalLoop=1;jettySize=auto;html=1;exitX=1;exitY=0.5;exitDx=0;exitDy=0;entryX=0;entryY=0.5;entryDx=0;entryDy=0;" target="7DT0KkpRVoJPMbxKsg8d-54">
-           <mxGeometry relative="1" as="geometry" />
-         </mxCell>
-         <mxCell id="7DT0KkpRVoJPMbxKsg8d-92" parent="1" style="rounded=0;whiteSpace=wrap;html=1;fontFamily=Tahoma;" value="VectorDbRecord" vertex="1">
-           <mxGeometry height="40" width="120" x="919" y="820" as="geometry" />
-         </mxCell>
-         <mxCell id="7DT0KkpRVoJPMbxKsg8d-93" parent="1" style="text;html=1;whiteSpace=wrap;strokeColor=none;fillColor=none;align=left;verticalAlign=middle;rounded=0;fontColor=#999999;" value="&lt;i&gt;&quot;Some dolphins have six fins&lt;/i&gt;" vertex="1">
-           <mxGeometry height="30" width="120" x="919" y="870" as="geometry" />
-         </mxCell>
-         <mxCell id="7DT0KkpRVoJPMbxKsg8d-94" parent="1" style="text;html=1;whiteSpace=wrap;strokeColor=none;fillColor=none;align=left;verticalAlign=middle;rounded=0;fontColor=#999999;" value="&lt;i&gt;[0.9234, -0.2049, 0.0234 ...]&lt;/i&gt;" vertex="1">
-           <mxGeometry height="30" width="120" x="1044" y="870" as="geometry" />
-         </mxCell>
-         <mxCell id="7DT0KkpRVoJPMbxKsg8d-95" parent="1" style="rounded=0;whiteSpace=wrap;html=1;fontFamily=Tahoma;" value="Reference&amp;nbsp;&lt;div&gt;Text Chunk&lt;/div&gt;" vertex="1">
-           <mxGeometry height="40" width="120" x="1320" y="722.5" as="geometry" />
-         </mxCell>
-         <mxCell id="7DT0KkpRVoJPMbxKsg8d-96" parent="1" style="text;html=1;whiteSpace=wrap;strokeColor=none;fillColor=none;align=left;verticalAlign=middle;rounded=0;fontColor=#999999;" value="&lt;i&gt;&quot;Some dolphins have six fins&lt;/i&gt;" vertex="1">
-           <mxGeometry height="30" width="120" x="1450" y="724.5" as="geometry" />
+         <mxCell id="7DT0KkpRVoJPMbxKsg8d-104" parent="1" style="text;html=1;whiteSpace=wrap;strokeColor=none;fillColor=none;align=left;verticalAlign=middle;rounded=0;fontColor=#999999;" value="&lt;i&gt;&quot;De BrewMate Mini is een compacte espressomachine...&quot;&lt;/i&gt;" vertex="1">
+           <mxGeometry height="30" width="120" x="80" y="414" as="geometry" />
+         </mxCell>
+         <mxCell id="7DT0KkpRVoJPMbxKsg8d-105" parent="1" style="text;html=1;whiteSpace=wrap;strokeColor=none;fillColor=none;align=left;verticalAlign=middle;rounded=0;fontColor=#999999;" value="&lt;i&gt;&quot;De BrewMate Mini is een compacte espressomachine...&quot;&lt;/i&gt;" vertex="1">
+           <mxGeometry height="30" width="120" x="80" y="570" as="geometry" />
+         </mxCell>
+         <mxCell id="7DT0KkpRVoJPMbxKsg8d-106" parent="1" style="text;html=1;whiteSpace=wrap;strokeColor=none;fillColor=none;align=left;verticalAlign=middle;rounded=0;fontColor=#999999;" value="&lt;i&gt;&quot;De BrewMate Mini is een compacte espressomachine...&quot;&lt;/i&gt;" vertex="1">
+           <mxGeometry height="30" width="120" x="609" y="575" as="geometry" />
+         </mxCell>
+         <mxCell id="7DT0KkpRVoJPMbxKsg8d-107" parent="1" style="text;html=1;whiteSpace=wrap;strokeColor=none;fillColor=none;align=left;verticalAlign=middle;rounded=0;fontColor=#999999;" value="&lt;i&gt;&quot;sub-section: Werking. De machine werkt met een pompdruk van 15 bar...&quot;&lt;/i&gt;" vertex="1">
+           <mxGeometry height="30" width="120" x="919" y="790" as="geometry" />
+         </mxCell>
+         <mxCell id="7DT0KkpRVoJPMbxKsg8d-109" parent="1" style="text;html=1;whiteSpace=wrap;strokeColor=none;fillColor=none;align=left;verticalAlign=middle;rounded=0;fontColor=#999999;" value="&lt;i&gt;&quot;Wat is de pompdruk van de brewmate mini?&lt;/i&gt;" vertex="1">
+           <mxGeometry height="30" width="120" x="919" y="682.5" as="geometry" />
+         </mxCell>
+         <mxCell id="7DT0KkpRVoJPMbxKsg8d-110" parent="1" style="text;html=1;whiteSpace=wrap;strokeColor=none;fillColor=none;align=left;verticalAlign=middle;rounded=0;fontColor=#999999;" value="&lt;i&gt;&quot;sub-section: Werking. De machine werkt met een pompdruk van 15 bar...&quot;&lt;/i&gt;" vertex="1">
+           <mxGeometry height="30" width="120" x="1453" y="727.5" as="geometry" />
        </mxCell>
      </root>
    </mxGraphModel>
  </diagram>
</mxfile>
